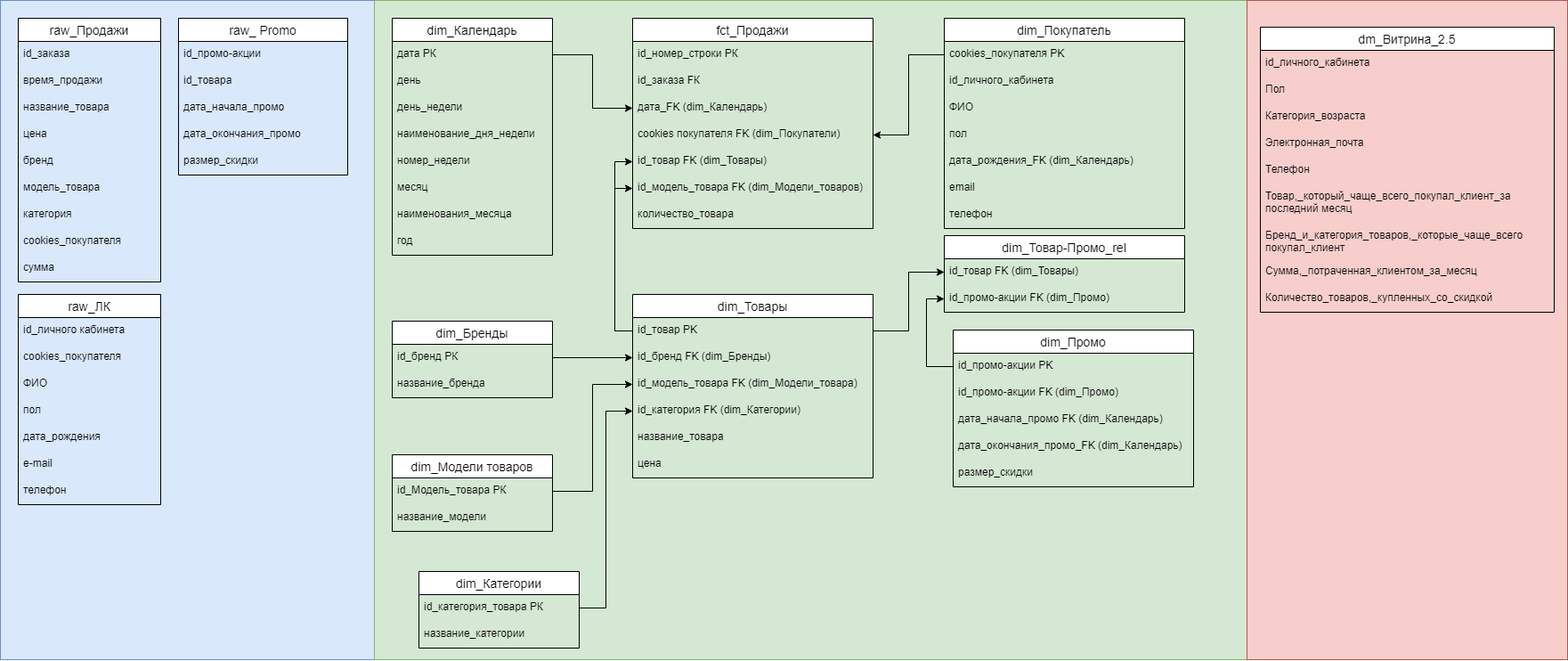
Before: ER-диаграмма.png, a diagram exported from draw.io (Git88user/zanatie_2.6-ER). Source tidied: cells renumbered, new cells last; positions are measured from the earlier drawing's top-left corner, leaving out a move shared by most shapes.
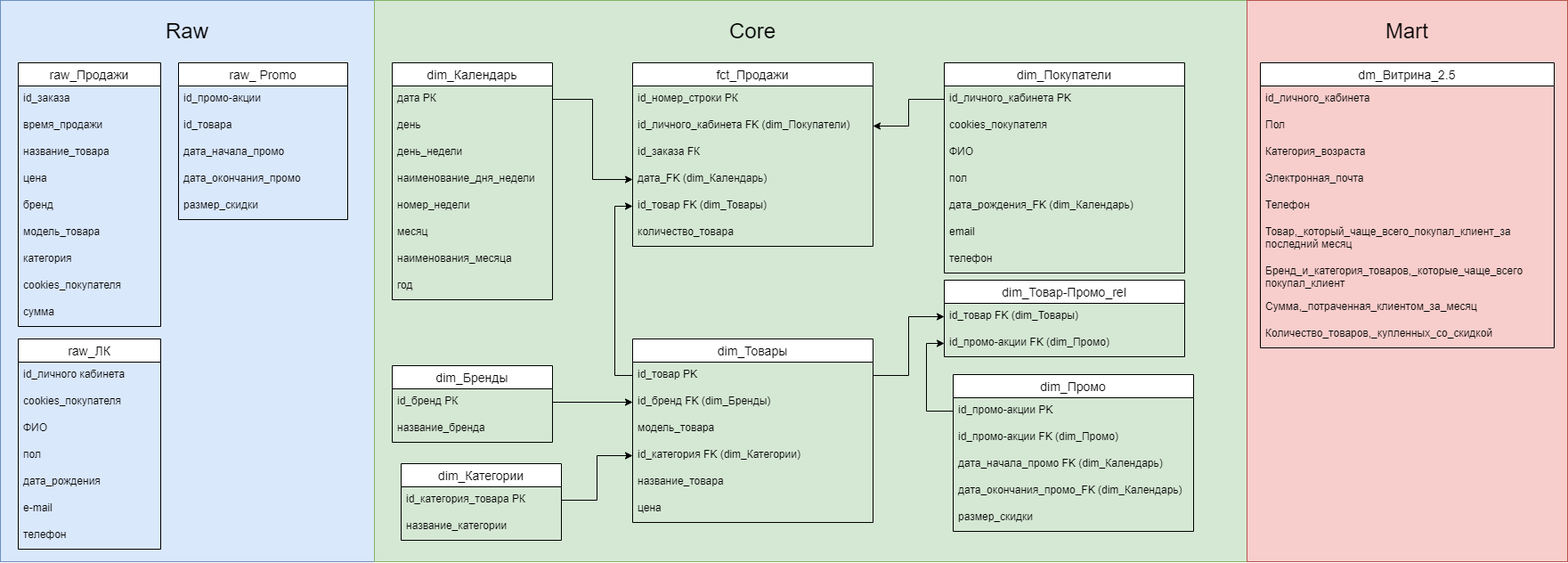
The same diagram one commit later.

Commit message:
s_uchetom_zamechaniy_v2.0

What changed in the source:
```diff
@@ -3,13 +3,13 @@
     <mxCell id="0" />
     <mxCell id="1" parent="0" />
     <mxCell id="2" style="rounded=0;whiteSpace=wrap;html=1;fillColor=#dae8fc;strokeColor=#6c8ebf;" parent="1" vertex="1">
-      <mxGeometry width="420" height="740" as="geometry" />
+      <mxGeometry y="-50" width="420" height="630" as="geometry" />
     </mxCell>
     <mxCell id="3" style="rounded=0;whiteSpace=wrap;html=1;fillColor=#d5e8d4;strokeColor=#82b366;" parent="1" vertex="1">
-      <mxGeometry x="420" width="980" height="740" as="geometry" />
+      <mxGeometry x="420" y="-50" width="980" height="630" as="geometry" />
     </mxCell>
     <mxCell id="4" style="rounded=0;whiteSpace=wrap;html=1;fillColor=#f8cecc;strokeColor=#b85450;" parent="1" vertex="1">
-      <mxGeometry x="1400" width="360" height="740" as="geometry" />
+      <mxGeometry x="1400" y="-50" width="360" height="630" as="geometry" />
     </mxCell>
     <mxCell id="5" value="raw_Продажи" style="swimlane;fontStyle=0;horizontal=1;startSize=26;align=center;fontSize=14;" parent="1" vertex="1">
       <mxGeometry x="20" y="20" width="160" height="296" as="geometry" />
@@ -119,17 +119,8 @@
     <mxCell id="40" value="название_бренда" style="text;strokeColor=none;fillColor=none;spacingLeft=4;spacingRight=4;overflow=hidden;fontSize=12;" parent="38" vertex="1">
       <mxGeometry y="56" width="180" height="30" as="geometry" />
     </mxCell>
-    <mxCell id="41" value="dim_Модели товаров" style="swimlane;fontStyle=0;horizontal=1;startSize=26;align=center;fontSize=14;" parent="1" vertex="1">
-      <mxGeometry x="440" y="510" width="180" height="86" as="geometry" />
-    </mxCell>
-    <mxCell id="42" value="id_Модель_товара РК" style="text;strokeColor=none;fillColor=none;spacingLeft=4;spacingRight=4;overflow=hidden;points=[[0,0.5],[1,0.5]];portConstraint=eastwest;fontSize=12;" parent="41" vertex="1">
-      <mxGeometry y="26" width="180" height="30" as="geometry" />
-    </mxCell>
-    <mxCell id="43" value="название_модели" style="text;strokeColor=none;fillColor=none;spacingLeft=4;spacingRight=4;overflow=hidden;fontSize=12;" parent="41" vertex="1">
-      <mxGeometry y="56" width="180" height="30" as="geometry" />
-    </mxCell>
     <mxCell id="44" value="dim_Категории" style="swimlane;fontStyle=0;horizontal=1;startSize=26;align=center;fontSize=14;" parent="1" vertex="1">
-      <mxGeometry x="470" y="641" width="180" height="86" as="geometry" />
+      <mxGeometry x="450" y="470" width="180" height="86" as="geometry" />
     </mxCell>
     <mxCell id="45" value="id_категория_товара РК" style="text;strokeColor=none;fillColor=none;spacingLeft=4;spacingRight=4;overflow=hidden;points=[[0,0.5],[1,0.5]];portConstraint=eastwest;fontSize=12;" parent="44" vertex="1">
       <mxGeometry y="26" width="180" height="30" as="geometry" />
@@ -138,28 +129,25 @@
       <mxGeometry y="56" width="180" height="30" as="geometry" />
     </mxCell>
     <mxCell id="47" value="fct_Продажи" style="swimlane;fontStyle=0;horizontal=1;startSize=26;align=center;fontSize=14;" parent="1" vertex="1">
-      <mxGeometry x="710" y="20" width="270" height="236" as="geometry" />
+      <mxGeometry x="710" y="20" width="270" height="206" as="geometry" />
     </mxCell>
     <mxCell id="48" value="id_номер_строки РК" style="text;strokeColor=none;fillColor=none;spacingLeft=4;spacingRight=4;overflow=hidden;fontSize=12;" parent="47" vertex="1">
       <mxGeometry y="26" width="270" height="30" as="geometry" />
     </mxCell>
+    <mxCell id="98" value="id_личного_кабинета FK (dim_Покупатели)" style="text;strokeColor=none;fillColor=none;spacingLeft=4;spacingRight=4;overflow=hidden;points=[[0,0.5],[1,0.5]];portConstraint=eastwest;fontSize=12;" parent="47" vertex="1">
+      <mxGeometry y="56" width="270" height="30" as="geometry" />
+    </mxCell>
     <mxCell id="49" value="id_заказа FК" style="text;strokeColor=none;fillColor=none;spacingLeft=4;spacingRight=4;overflow=hidden;fontSize=12;" parent="47" vertex="1">
-      <mxGeometry y="56" width="270" height="30" as="geometry" />
+      <mxGeometry y="86" width="270" height="30" as="geometry" />
     </mxCell>
     <mxCell id="50" value="дата_FK (dim_Календарь)" style="text;strokeColor=none;fillColor=none;spacingLeft=4;spacingRight=4;overflow=hidden;points=[[0,0.5],[1,0.5]];portConstraint=eastwest;fontSize=12;" parent="47" vertex="1">
-      <mxGeometry y="86" width="270" height="30" as="geometry" />
+      <mxGeometry y="116" width="270" height="30" as="geometry" />
     </mxCell>
-    <mxCell id="51" value="cookies покупателя FK (dim_Покупатели)" style="text;strokeColor=none;fillColor=none;spacingLeft=4;spacingRight=4;overflow=hidden;points=[[0,0.5],[1,0.5]];portConstraint=eastwest;fontSize=12;" parent="47" vertex="1">
-      <mxGeometry y="116" width="270" height="30" as="geometry" />
-    </mxCell>
     <mxCell id="52" value="id_товар FK (dim_Товары)" style="text;strokeColor=none;fillColor=none;spacingLeft=4;spacingRight=4;overflow=hidden;points=[[0,0.5],[1,0.5]];portConstraint=eastwest;fontSize=12;" parent="47" vertex="1">
       <mxGeometry y="146" width="270" height="30" as="geometry" />
     </mxCell>
-    <mxCell id="53" value="id_модель_товара FK (dim_Модели_товаров)" style="text;strokeColor=none;fillColor=none;spacingLeft=4;spacingRight=4;overflow=hidden;points=[[0,0.5],[1,0.5]];portConstraint=eastwest;fontSize=12;" parent="47" vertex="1">
-      <mxGeometry y="176" width="270" height="30" as="geometry" />
-    </mxCell>
     <mxCell id="54" value="количество_товара" style="text;strokeColor=none;fillColor=none;spacingLeft=4;spacingRight=4;overflow=hidden;fontSize=12;" parent="47" vertex="1">
-      <mxGeometry y="206" width="270" height="30" as="geometry" />
+      <mxGeometry y="176" width="270" height="30" as="geometry" />
     </mxCell>
     <mxCell id="55" value="dim_Товары" style="swimlane;fontStyle=0;horizontal=1;startSize=26;align=center;fontSize=14;" parent="1" vertex="1">
       <mxGeometry x="710" y="330" width="270" height="206" as="geometry" />
@@ -170,7 +158,7 @@
     <mxCell id="57" value="id_бренд FK (dim_Бренды)" style="text;strokeColor=none;fillColor=none;spacingLeft=4;spacingRight=4;overflow=hidden;points=[[0,0.5],[1,0.5]];portConstraint=eastwest;fontSize=12;" parent="55" vertex="1">
       <mxGeometry y="56" width="270" height="30" as="geometry" />
     </mxCell>
-    <mxCell id="58" value="id_модель_товара FK (dim_Модели_товара)" style="text;strokeColor=none;fillColor=none;spacingLeft=4;spacingRight=4;overflow=hidden;points=[[0,0.5],[1,0.5]];portConstraint=eastwest;fontSize=12;" parent="55" vertex="1">
+    <mxCell id="58" value="модель_товара" style="text;strokeColor=none;fillColor=none;spacingLeft=4;spacingRight=4;overflow=hidden;points=[[0,0.5],[1,0.5]];portConstraint=eastwest;fontSize=12;" parent="55" vertex="1">
       <mxGeometry y="86" width="270" height="30" as="geometry" />
     </mxCell>
     <mxCell id="59" value="id_категория FK (dim_Категории)" style="text;strokeColor=none;fillColor=none;spacingLeft=4;spacingRight=4;overflow=hidden;points=[[0,0.5],[1,0.5]];portConstraint=eastwest;fontSize=12;" parent="55" vertex="1">
@@ -182,15 +170,15 @@
     <mxCell id="61" value="цена" style="text;strokeColor=none;fillColor=none;spacingLeft=4;spacingRight=4;overflow=hidden;fontSize=12;" parent="55" vertex="1">
       <mxGeometry y="176" width="270" height="30" as="geometry" />
     </mxCell>
-    <mxCell id="62" value="dim_Покупатель" style="swimlane;fontStyle=0;horizontal=1;startSize=26;align=center;fontSize=14;" parent="1" vertex="1">
+    <mxCell id="62" value="dim_Покупатели" style="swimlane;fontStyle=0;horizontal=1;startSize=26;align=center;fontSize=14;" parent="1" vertex="1">
       <mxGeometry x="1060" y="20" width="270" height="236" as="geometry" />
     </mxCell>
+    <mxCell id="99" value="id_личного_кабинета PK" style="text;strokeColor=none;fillColor=none;spacingLeft=4;spacingRight=4;overflow=hidden;points=[[0,0.5],[1,0.5]];portConstraint=eastwest;fontSize=12;" parent="62" vertex="1">
+      <mxGeometry y="26" width="270" height="30" as="geometry" />
+    </mxCell>
-    <mxCell id="63" value="cookies_покупателя PK" style="text;strokeColor=none;fillColor=none;spacingLeft=4;spacingRight=4;overflow=hidden;points=[[0,0.5],[1,0.5]];portConstraint=eastwest;fontSize=12;" parent="62" vertex="1">
-      <mxGeometry y="26" width="270" height="30" as="geometry" />
+    <mxCell id="63" value="cookies_покупателя" style="text;strokeColor=none;fillColor=none;spacingLeft=4;spacingRight=4;overflow=hidden;points=[[0,0.5],[1,0.5]];portConstraint=eastwest;fontSize=12;" parent="62" vertex="1">
+      <mxGeometry y="56" width="270" height="30" as="geometry" />
     </mxCell>
-    <mxCell id="64" value="id_личного_кабинета" style="text;strokeColor=none;fillColor=none;spacingLeft=4;spacingRight=4;overflow=hidden;fontSize=12;" parent="62" vertex="1">
-      <mxGeometry y="56" width="270" height="30" as="geometry" />
-    </mxCell>
     <mxCell id="65" value="ФИО" style="text;strokeColor=none;fillColor=none;spacingLeft=4;spacingRight=4;overflow=hidden;fontSize=12;" parent="62" vertex="1">
       <mxGeometry y="86" width="270" height="30" as="geometry" />
     </mxCell>
@@ -234,7 +222,7 @@
       <mxGeometry y="146" width="270" height="30" as="geometry" />
     </mxCell>
     <mxCell id="79" value="dm_Витрина_2.5" style="swimlane;fontStyle=0;horizontal=1;startSize=26;align=center;fontSize=14;" parent="1" vertex="1">
-      <mxGeometry x="1415" y="30" width="330" height="320" as="geometry" />
+      <mxGeometry x="1415" y="20" width="330" height="320" as="geometry" />
     </mxCell>
     <mxCell id="80" value="id_личного_кабинета" style="text;strokeColor=none;fillColor=none;spacingLeft=4;spacingRight=4;overflow=hidden;fontSize=12;" parent="79" vertex="1">
       <mxGeometry y="26" width="330" height="30" as="geometry" />
@@ -275,20 +263,23 @@
     <mxCell id="92" style="edgeStyle=orthogonalEdgeStyle;rounded=0;jettySize=auto;html=1;exitX=1;exitY=0.5;exitDx=0;exitDy=0;entryX=0;entryY=0.5;entryDx=0;entryDy=0;" parent="1" edge="1" source="45" target="59">
       <mxGeometry relative="1" as="geometry" />
     </mxCell>
-    <mxCell id="93" style="edgeStyle=orthogonalEdgeStyle;rounded=0;jettySize=auto;html=1;exitX=1;exitY=0.5;exitDx=0;exitDy=0;entryX=0;entryY=0.5;entryDx=0;entryDy=0;" parent="1" edge="1" source="42" target="58">
-      <mxGeometry relative="1" as="geometry" />
-    </mxCell>
     <mxCell id="94" style="edgeStyle=orthogonalEdgeStyle;rounded=0;jettySize=auto;html=1;exitX=1;exitY=0.5;exitDx=0;exitDy=0;entryX=0;entryY=0.5;entryDx=0;entryDy=0;" parent="1" edge="1" source="56" target="71">
       <mxGeometry relative="1" as="geometry" />
     </mxCell>
     <mxCell id="95" style="edgeStyle=orthogonalEdgeStyle;rounded=0;jettySize=auto;html=1;exitX=0;exitY=0.5;exitDx=0;exitDy=0;entryX=0;entryY=0.5;entryDx=0;entryDy=0;" parent="1" edge="1" source="74" target="72">
       <mxGeometry relative="1" as="geometry" />
     </mxCell>
-    <mxCell id="96" style="edgeStyle=orthogonalEdgeStyle;rounded=0;jettySize=auto;html=1;exitX=0;exitY=0.5;exitDx=0;exitDy=0;entryX=1;entryY=0.5;entryDx=0;entryDy=0;" parent="1" edge="1" source="63" target="51">
-      <mxGeometry relative="1" as="geometry" />
-    </mxCell>
-    <mxCell id="97" style="edgeStyle=orthogonalEdgeStyle;rounded=0;jettySize=auto;html=1;exitX=0;exitY=0.5;exitDx=0;exitDy=0;entryX=0;entryY=0.5;entryDx=0;entryDy=0;" parent="1" edge="1" source="56" target="53">
-      <mxGeometry relative="1" as="geometry" />
-    </mxCell>
+    <mxCell id="100" style="edgeStyle=orthogonalEdgeStyle;rounded=0;jettySize=auto;html=1;exitX=0;exitY=0.5;exitDx=0;exitDy=0;entryX=1;entryY=0.5;entryDx=0;entryDy=0;" parent="1" edge="1" source="99" target="98">
+      <mxGeometry relative="1" as="geometry" />
+    </mxCell>
+    <mxCell id="101" value="&lt;font style=&quot;font-size: 24px;&quot;&gt;Raw&lt;/font&gt;" style="text;strokeColor=none;align=center;fillColor=none;html=1;verticalAlign=middle;whiteSpace=wrap;rounded=0;" parent="1" vertex="1">
+      <mxGeometry x="180" y="-30" width="60" height="30" as="geometry" />
+    </mxCell>
+    <mxCell id="102" value="&lt;font style=&quot;font-size: 24px;&quot;&gt;Core&lt;/font&gt;" style="text;strokeColor=none;align=center;fillColor=none;html=1;verticalAlign=middle;whiteSpace=wrap;rounded=0;" parent="1" vertex="1">
+      <mxGeometry x="815" y="-30" width="60" height="30" as="geometry" />
+    </mxCell>
+    <mxCell id="103" value="&lt;font style=&quot;font-size: 24px;&quot;&gt;Mart&lt;/font&gt;" style="text;strokeColor=none;align=center;fillColor=none;html=1;verticalAlign=middle;whiteSpace=wrap;rounded=0;" parent="1" vertex="1">
+      <mxGeometry x="1550" y="-30" width="60" height="30" as="geometry" />
+    </mxCell>
   </root>
 </mxGraphModel>
```
